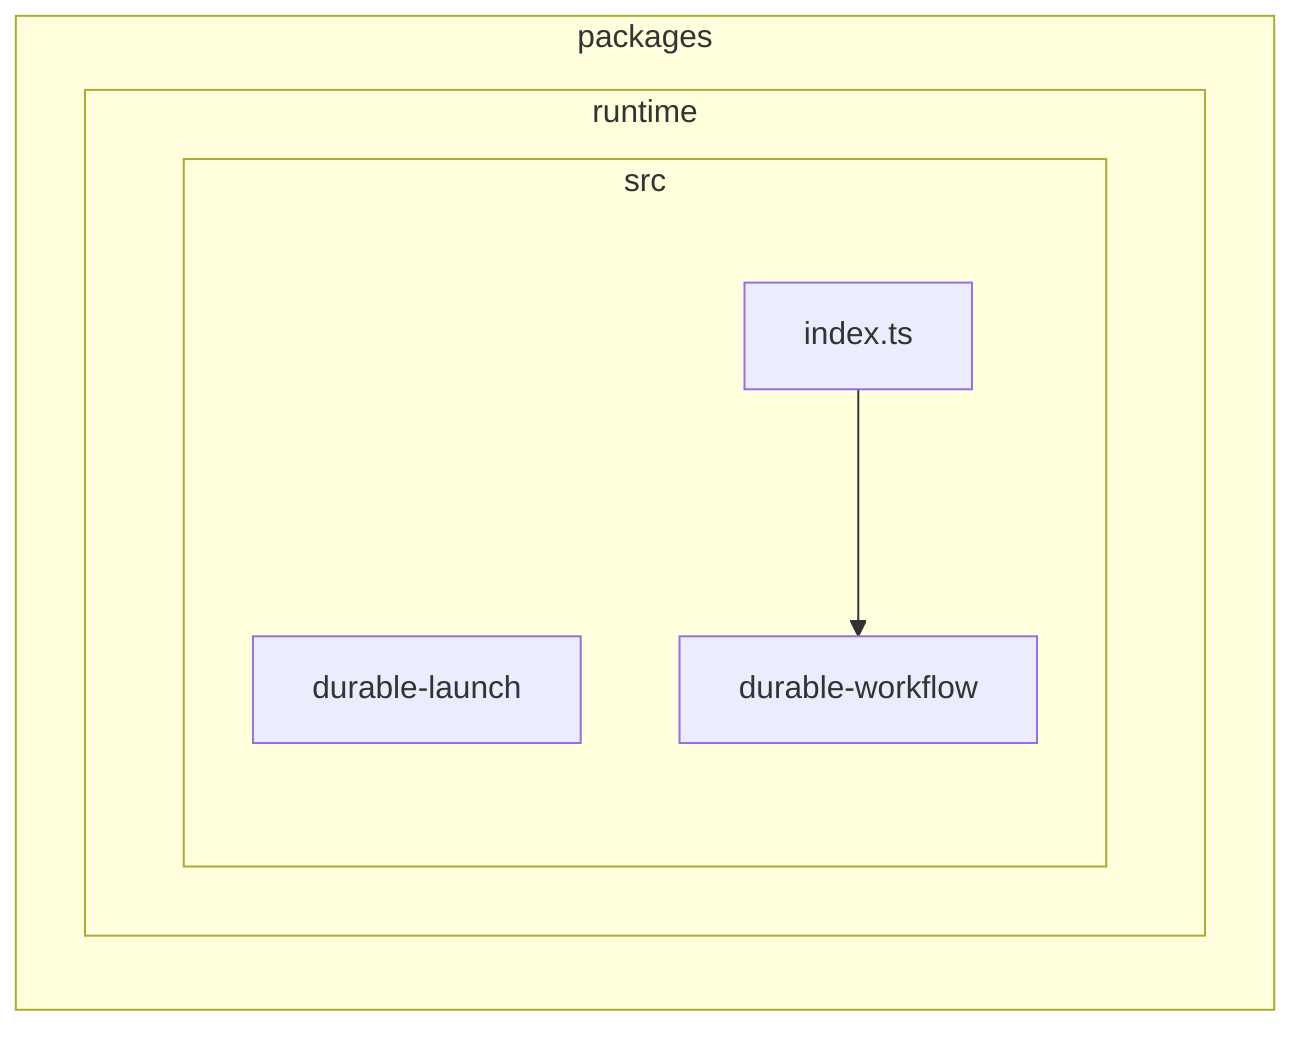
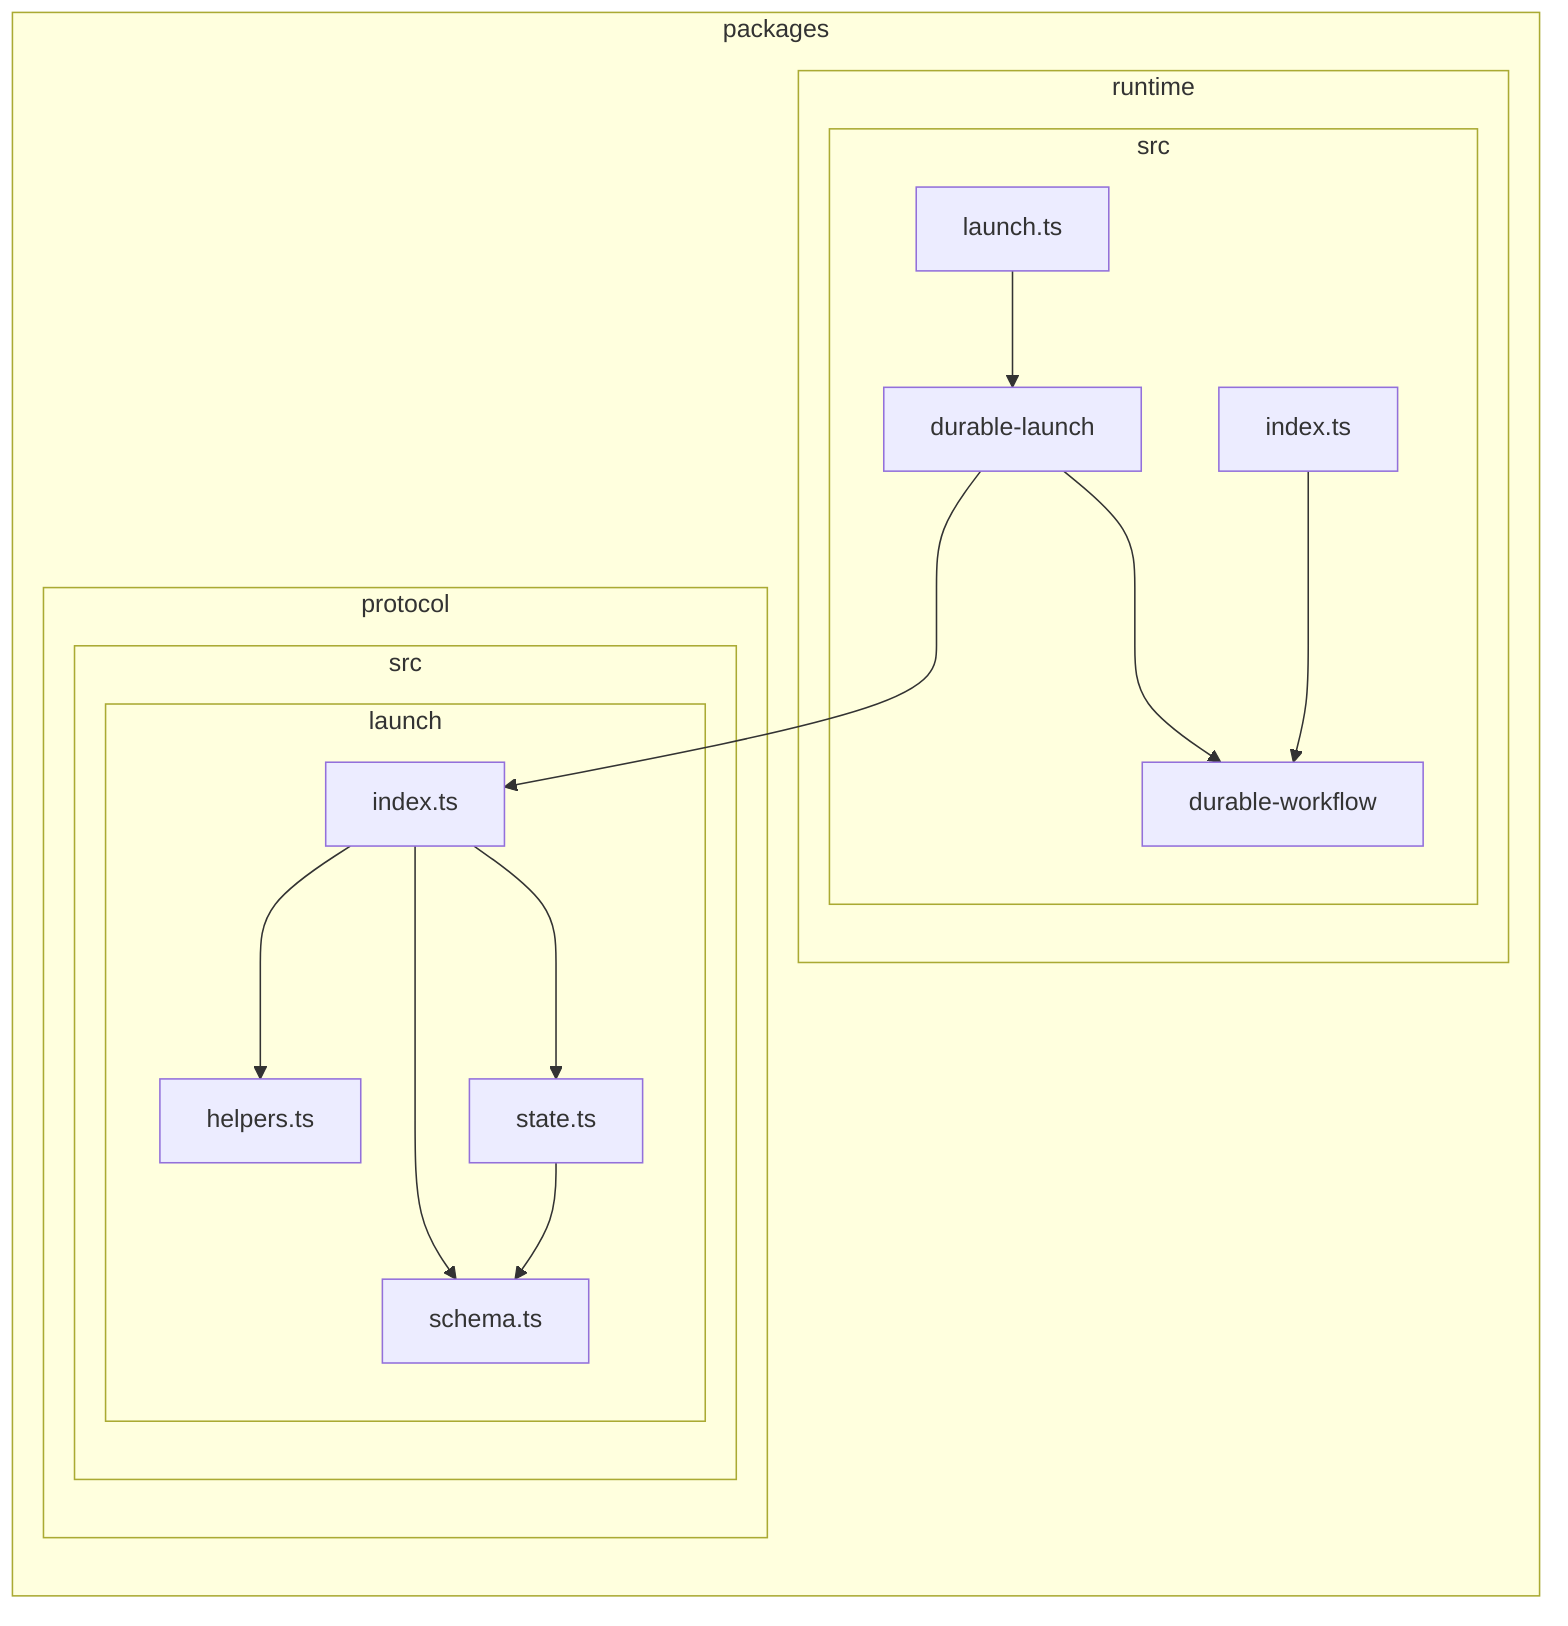
flowchart LR

subgraph 0["packages"]
- subgraph 1["runtime"]
+ subgraph 1["protocol"]
subgraph 2["src"]
- 3["durable-launch"]
- 4["durable-workflow"]
+ subgraph 3["launch"]
+ 4["helpers.ts"]
5["index.ts"]
+ 6["schema.ts"]
+ 7["state.ts"]
+ end
+ end
+ end
+ subgraph 8["runtime"]
+ subgraph 9["src"]
+ A["durable-launch"]
+ B["durable-workflow"]
+ C["index.ts"]
+ D["launch.ts"]
end
end
end
5-->4
+ 5-->6
+ 5-->7
+ 7-->6
+ A-->B
+ A-->5
+ C-->B
+ D-->A
